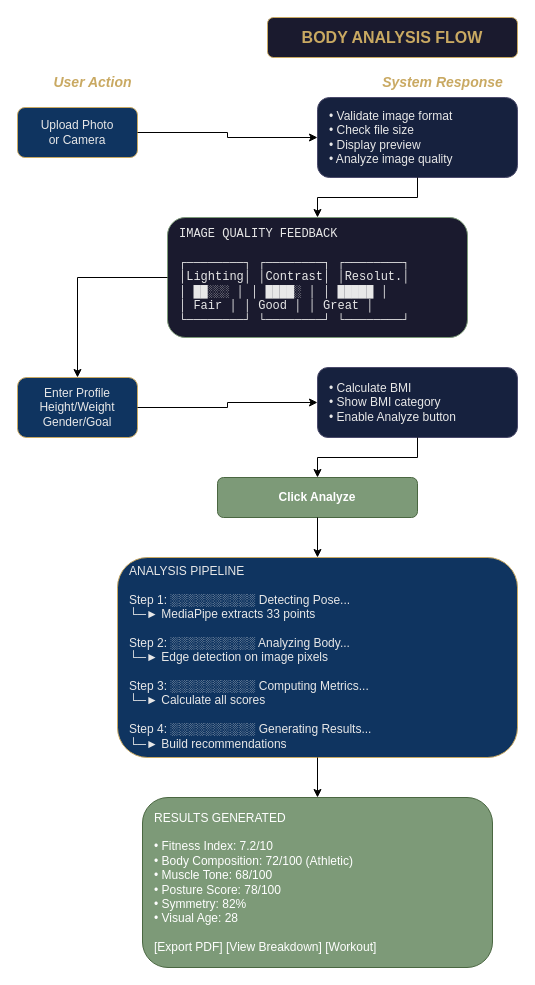
Above: page "Body Analysis Flow" (3 of 8) of FrontEnd.drawio in Karlos-Karlos/Fix-it (draw.io), before the change. Source tidied: cells renumbered, new cells numbered last; positions are measured from the earlier drawing's top-left corner, leaving out a move shared by most shapes. Both pictures are drawn from the tidied source at 100%, with x=0, y=0 at pixel (17, 17).
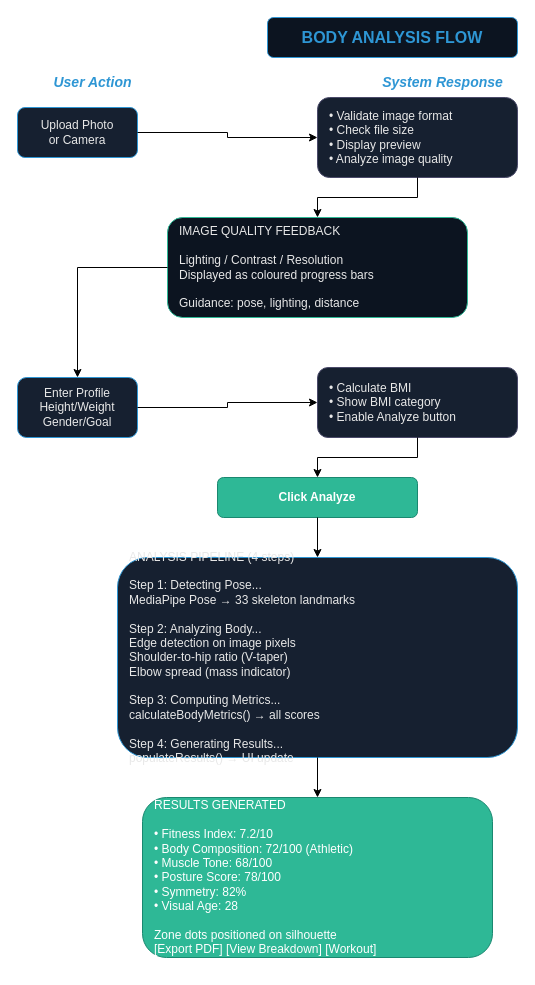
The same diagram, later.

The edit, as a diff of the source:
```diff
@@
 <mxGraphModel>
   <root>
     <mxCell id="0" />
     <mxCell id="1" parent="0" />
-    <mxCell id="2" value="BODY ANALYSIS FLOW" style="rounded=1;whiteSpace=wrap;html=1;fontSize=16;fontStyle=1;fillColor=#1a1a2e;strokeColor=#c9a962;fontColor=#c9a962;" parent="1" vertex="1">
+    <mxCell id="2" value="BODY ANALYSIS FLOW" style="rounded=1;whiteSpace=wrap;html=1;fontSize=16;fontStyle=1;fillColor=#0C1420;strokeColor=#2E96D4;fontColor=#2E96D4;" parent="1" vertex="1">
       <mxGeometry x="250" width="250" height="40" as="geometry" />
     </mxCell>
-    <mxCell id="3" value="User Action" style="text;html=1;strokeColor=none;fillColor=none;align=center;verticalAlign=middle;fontStyle=3;fontColor=#c9a962;fontSize=14;" parent="1" vertex="1">
+    <mxCell id="3" value="User Action" style="text;html=1;strokeColor=none;fillColor=none;align=center;verticalAlign=middle;fontStyle=3;fontColor=#2E96D4;fontSize=14;" parent="1" vertex="1">
       <mxGeometry y="50" width="150" height="30" as="geometry" />
     </mxCell>
-    <mxCell id="4" value="System Response" style="text;html=1;strokeColor=none;fillColor=none;align=center;verticalAlign=middle;fontStyle=3;fontColor=#c9a962;fontSize=14;" parent="1" vertex="1">
+    <mxCell id="4" value="System Response" style="text;html=1;strokeColor=none;fillColor=none;align=center;verticalAlign=middle;fontStyle=3;fontColor=#2E96D4;fontSize=14;" parent="1" vertex="1">
       <mxGeometry x="350" y="50" width="150" height="30" as="geometry" />
     </mxCell>
-    <mxCell id="5" value="Upload Photo&#10;or Camera" style="rounded=1;whiteSpace=wrap;html=1;fillColor=#0f3460;strokeColor=#c9a962;fontColor=#e8e8e8;" parent="1" vertex="1">
+    <mxCell id="5" value="Upload Photo&#10;or Camera" style="rounded=1;whiteSpace=wrap;html=1;fillColor=#162030;strokeColor=#2E96D4;fontColor=#e8e8e8;" parent="1" vertex="1">
       <mxGeometry y="90" width="120" height="50" as="geometry" />
     </mxCell>
-    <mxCell id="6" value="• Validate image format&#10;• Check file size&#10;• Display preview&#10;• Analyze image quality" style="rounded=1;whiteSpace=wrap;html=1;fillColor=#16213e;strokeColor=#4a4a6a;fontColor=#e8e8e8;align=left;spacingLeft=10;" parent="1" vertex="1">
+    <mxCell id="6" value="• Validate image format&#10;• Check file size&#10;• Display preview&#10;• Analyze image quality" style="rounded=1;whiteSpace=wrap;html=1;fillColor=#162030;strokeColor=#4a4a6a;fontColor=#e8e8e8;align=left;spacingLeft=10;" parent="1" vertex="1">
       <mxGeometry x="300" y="80" width="200" height="80" as="geometry" />
     </mxCell>
     <mxCell id="7" style="edgeStyle=orthogonalEdgeStyle;rounded=0;jettySize=auto;html=1;" parent="1" edge="1" source="5" target="6">
       <mxGeometry relative="1" as="geometry" />
     </mxCell>
-    <mxCell id="8" value="IMAGE QUALITY FEEDBACK&#10;&#10;┌────────┐ ┌────────┐ ┌────────┐&#10;│Lighting│ │Contrast│ │Resolut.│&#10;│ ██░░░  │ │ ████░  │ │ █████  │&#10;│  Fair  │ │  Good  │ │ Great  │&#10;└────────┘ └────────┘ └────────┘" style="rounded=1;whiteSpace=wrap;html=1;fillColor=#1a1a2e;strokeColor=#7d9a78;fontColor=#e8e8e8;align=left;spacingLeft=10;fontFamily=Courier New;" parent="1" vertex="1">
-      <mxGeometry x="150" y="200" width="300" height="120" as="geometry" />
+    <mxCell id="8" value="IMAGE QUALITY FEEDBACK&#10;&#10;Lighting / Contrast / Resolution&#10;Displayed as coloured progress bars&#10;&#10;Guidance: pose, lighting, distance" style="rounded=1;whiteSpace=wrap;html=1;fillColor=#0C1420;strokeColor=#2EB896;fontColor=#e8e8e8;align=left;spacingLeft=10;" parent="1" vertex="1">
+      <mxGeometry x="150" y="200" width="300" height="100" as="geometry" />
     </mxCell>
     <mxCell id="9" style="edgeStyle=orthogonalEdgeStyle;rounded=0;jettySize=auto;html=1;" parent="1" edge="1" source="6" target="8">
       <mxGeometry relative="1" as="geometry" />
     </mxCell>
-    <mxCell id="10" value="Enter Profile&#10;Height/Weight&#10;Gender/Goal" style="rounded=1;whiteSpace=wrap;html=1;fillColor=#0f3460;strokeColor=#c9a962;fontColor=#e8e8e8;" parent="1" vertex="1">
+    <mxCell id="10" value="Enter Profile&#10;Height/Weight&#10;Gender/Goal" style="rounded=1;whiteSpace=wrap;html=1;fillColor=#162030;strokeColor=#2E96D4;fontColor=#e8e8e8;" parent="1" vertex="1">
       <mxGeometry y="360" width="120" height="60" as="geometry" />
     </mxCell>
     <mxCell id="11" style="edgeStyle=orthogonalEdgeStyle;rounded=0;jettySize=auto;html=1;" parent="1" edge="1" source="8" target="10">
       <mxGeometry relative="1" as="geometry" />
     </mxCell>
-    <mxCell id="12" value="• Calculate BMI&#10;• Show BMI category&#10;• Enable Analyze button" style="rounded=1;whiteSpace=wrap;html=1;fillColor=#16213e;strokeColor=#4a4a6a;fontColor=#e8e8e8;align=left;spacingLeft=10;" parent="1" vertex="1">
+    <mxCell id="12" value="• Calculate BMI&#10;• Show BMI category&#10;• Enable Analyze button" style="rounded=1;whiteSpace=wrap;html=1;fillColor=#162030;strokeColor=#4a4a6a;fontColor=#e8e8e8;align=left;spacingLeft=10;" parent="1" vertex="1">
       <mxGeometry x="300" y="350" width="200" height="70" as="geometry" />
     </mxCell>
     <mxCell id="13" style="edgeStyle=orthogonalEdgeStyle;rounded=0;jettySize=auto;html=1;" parent="1" edge="1" source="10" target="12">
       <mxGeometry relative="1" as="geometry" />
     </mxCell>
-    <mxCell id="14" value="Click Analyze" style="rounded=1;whiteSpace=wrap;html=1;fillColor=#7d9a78;strokeColor=#4a6741;fontColor=#ffffff;fontStyle=1;" parent="1" vertex="1">
+    <mxCell id="14" value="Click Analyze" style="rounded=1;whiteSpace=wrap;html=1;fillColor=#2EB896;strokeColor=#1a8870;fontColor=#ffffff;fontStyle=1;" parent="1" vertex="1">
       <mxGeometry x="200" y="460" width="200" height="40" as="geometry" />
     </mxCell>
     <mxCell id="15" style="edgeStyle=orthogonalEdgeStyle;rounded=0;jettySize=auto;html=1;" parent="1" edge="1" source="12" target="14">
       <mxGeometry relative="1" as="geometry" />
     </mxCell>
-    <mxCell id="16" value="ANALYSIS PIPELINE&#10;&#10;Step 1: ░░░░░░░░░░ Detecting Pose...&#10;        └─► MediaPipe extracts 33 points&#10;&#10;Step 2: ░░░░░░░░░░ Analyzing Body...&#10;        └─► Edge detection on image pixels&#10;&#10;Step 3: ░░░░░░░░░░ Computing Metrics...&#10;        └─► Calculate all scores&#10;&#10;Step 4: ░░░░░░░░░░ Generating Results...&#10;        └─► Build recommendations" style="rounded=1;whiteSpace=wrap;html=1;fillColor=#0f3460;strokeColor=#c9a962;fontColor=#e8e8e8;align=left;spacingLeft=10;" parent="1" vertex="1">
+    <mxCell id="16" value="ANALYSIS PIPELINE (4 steps)&#10;&#10;Step 1: Detecting Pose...&#10;  MediaPipe Pose → 33 skeleton landmarks&#10;&#10;Step 2: Analyzing Body...&#10;  Edge detection on image pixels&#10;  Shoulder-to-hip ratio (V-taper)&#10;  Elbow spread (mass indicator)&#10;&#10;Step 3: Computing Metrics...&#10;  calculateBodyMetrics() → all scores&#10;&#10;Step 4: Generating Results...&#10;  populateResults() → UI update" style="rounded=1;whiteSpace=wrap;html=1;fillColor=#162030;strokeColor=#2E96D4;fontColor=#e8e8e8;align=left;spacingLeft=10;" parent="1" vertex="1">
       <mxGeometry x="100" y="540" width="400" height="200" as="geometry" />
     </mxCell>
     <mxCell id="17" style="edgeStyle=orthogonalEdgeStyle;rounded=0;jettySize=auto;html=1;" parent="1" edge="1" source="14" target="16">
       <mxGeometry relative="1" as="geometry" />
     </mxCell>
-    <mxCell id="18" value="RESULTS GENERATED&#10;&#10;• Fitness Index: 7.2/10&#10;• Body Composition: 72/100 (Athletic)&#10;• Muscle Tone: 68/100&#10;• Posture Score: 78/100&#10;• Symmetry: 82%&#10;• Visual Age: 28&#10;&#10;[Export PDF] [View Breakdown] [Workout]" style="rounded=1;whiteSpace=wrap;html=1;fillColor=#7d9a78;strokeColor=#4a6741;fontColor=#ffffff;align=left;spacingLeft=10;" parent="1" vertex="1">
-      <mxGeometry x="125" y="780" width="350" height="170" as="geometry" />
+    <mxCell id="18" value="RESULTS GENERATED&#10;&#10;• Fitness Index: 7.2/10&#10;• Body Composition: 72/100 (Athletic)&#10;• Muscle Tone: 68/100&#10;• Posture Score: 78/100&#10;• Symmetry: 82%&#10;• Visual Age: 28&#10;&#10;Zone dots positioned on silhouette&#10;[Export PDF] [View Breakdown] [Workout]" style="rounded=1;whiteSpace=wrap;html=1;fillColor=#2EB896;strokeColor=#1a8870;fontColor=#ffffff;align=left;spacingLeft=10;" parent="1" vertex="1">
+      <mxGeometry x="125" y="780" width="350" height="160" as="geometry" />
     </mxCell>
     <mxCell id="19" style="edgeStyle=orthogonalEdgeStyle;rounded=0;jettySize=auto;html=1;" parent="1" edge="1" source="16" target="18">
       <mxGeometry relative="1" as="geometry" />
     </mxCell>
   </root>
 </mxGraphModel>
```
